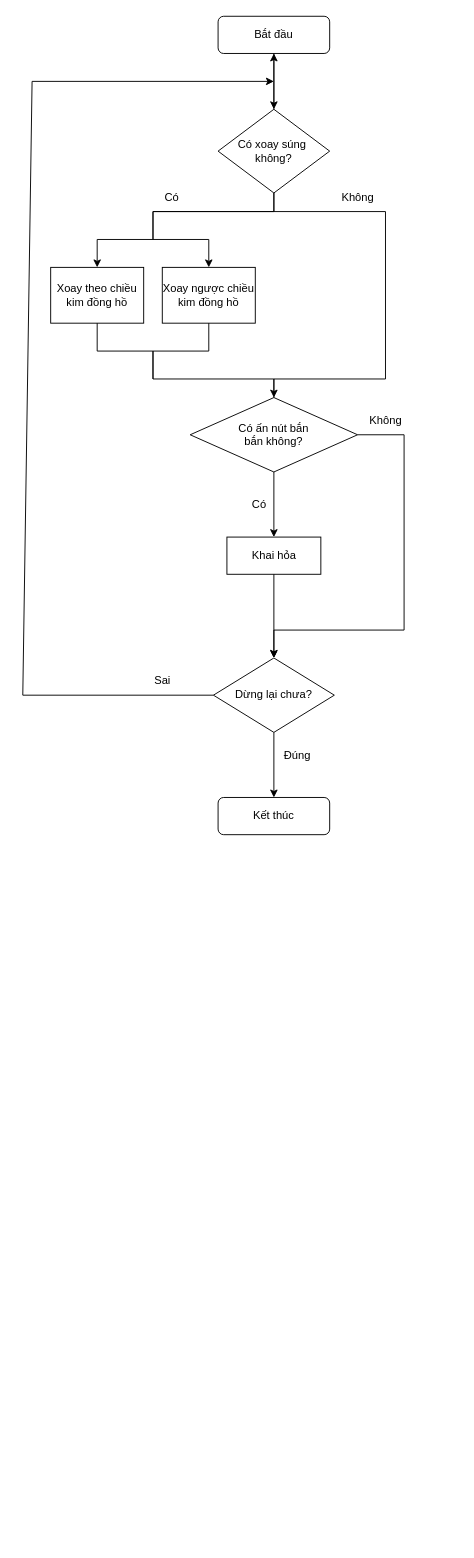
This is Shooting.drawio from Binhbong3/TREK, a draw.io file, before an edit. Source tidied: cells renumbered, new cells numbered last; positions are measured from the earlier drawing's top-left corner, leaving out a move shared by most shapes. Both pictures are drawn from the tidied source at 93%, with x=0, y=0 at pixel (22, 16).
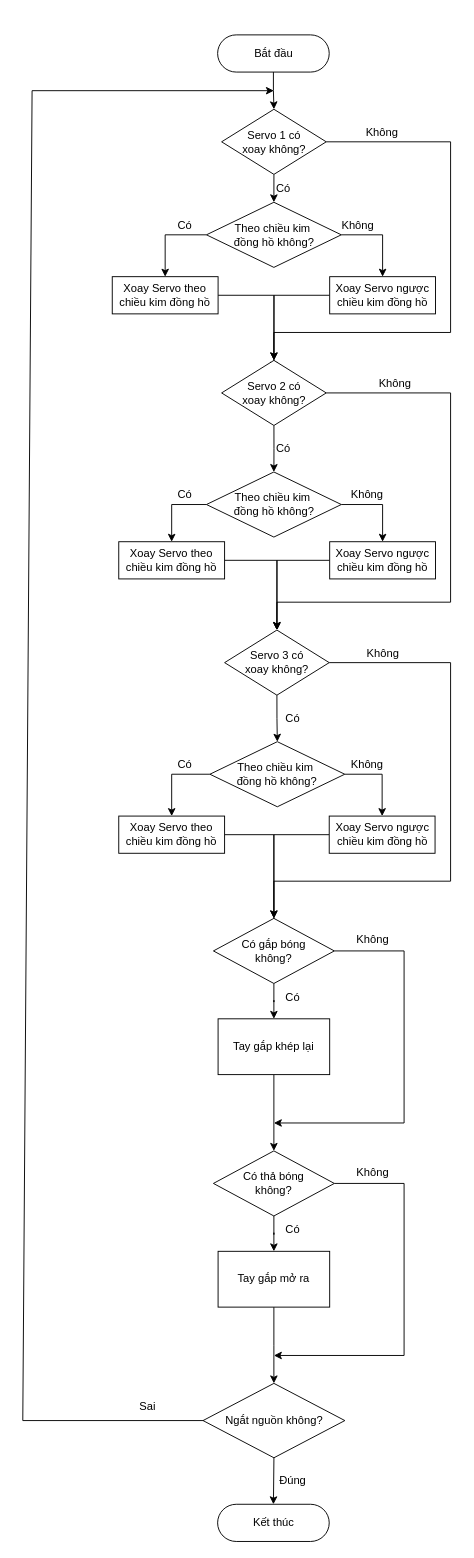
Above is the later version.

What changed in the source:
```diff
@@
+    <mxCell id="28" style="edgeStyle=orthogonalEdgeStyle;rounded=0;jettySize=auto;html=1;entryX=0.5;entryY=0;entryDx=0;entryDy=0;" parent="1" edge="1" source="2" target="31">
+      <mxGeometry relative="1" as="geometry" />
+    </mxCell>
-    <mxCell id="2" value="Bắt đầu" style="rounded=1;whiteSpace=wrap;html=1;fontSize=12;glass=0;strokeWidth=1;shadow=0;" parent="1" vertex="1">
-      <mxGeometry x="210" width="120" height="40" as="geometry" />
+    <mxCell id="2" value="Bắt đầu" style="rounded=1;whiteSpace=wrap;html=1;fontSize=12;glass=0;strokeWidth=1;shadow=0;arcSize=50;" parent="1" vertex="1">
+      <mxGeometry x="209.5" y="20" width="120" height="40" as="geometry" />
     </mxCell>
-    <mxCell id="3" value="Kết thúc" style="rounded=1;whiteSpace=wrap;html=1;fontSize=12;glass=0;strokeWidth=1;shadow=0;" parent="1" vertex="1">
-      <mxGeometry x="210" y="840" width="120" height="40" as="geometry" />
+    <mxCell id="3" value="Kết thúc" style="rounded=1;whiteSpace=wrap;html=1;fontSize=12;glass=0;strokeWidth=1;shadow=0;arcSize=50;" parent="1" vertex="1">
+      <mxGeometry x="209.5" y="1600" width="120" height="40" as="geometry" />
     </mxCell>
-    <mxCell id="4" style="edgeStyle=orthogonalEdgeStyle;rounded=0;jettySize=auto;html=1;" parent="1" edge="1" source="5" target="2">
-      <mxGeometry relative="1" as="geometry" />
-    </mxCell>
-    <mxCell id="5" value="Có xoay súng&amp;nbsp;&lt;div&gt;không?&lt;/div&gt;" style="rhombus;whiteSpace=wrap;html=1;verticalAlign=middle;" parent="1" vertex="1">
-      <mxGeometry x="210" y="100" width="120" height="90" as="geometry" />
-    </mxCell>
-    <mxCell id="6" style="endArrow=classic;html=1;rounded=0;exitX=0.5;exitY=1;exitDx=0;exitDy=0;entryX=0.5;entryY=0;entryDx=0;entryDy=0;" parent="1" edge="1" source="2" target="5">
-      <mxGeometry relative="1" as="geometry" />
-    </mxCell>
-    <mxCell id="7" style="endArrow=classic;html=1;rounded=0;exitX=0.5;exitY=1;exitDx=0;exitDy=0;entryX=0.5;entryY=0;entryDx=0;entryDy=0;" parent="1" edge="1" source="23" target="26">
-      <mxGeometry relative="1" as="geometry" />
-    </mxCell>
-    <mxCell id="8" style="endArrow=classic;html=1;rounded=0;exitX=1;exitY=0.5;exitDx=0;exitDy=0;entryX=0.5;entryY=0;entryDx=0;entryDy=0;" parent="1" edge="1" source="23" target="9">
-      <mxGeometry relative="1" as="geometry">
-        <Array as="points">
-          <mxPoint x="410" y="450" />
-          <mxPoint x="410" y="660" />
-          <mxPoint x="270" y="660" />
-        </Array>
-      </mxGeometry>
-    </mxCell>
-    <mxCell id="9" value="Dừng lại chưa?" style="rhombus;whiteSpace=wrap;html=1;" parent="1" vertex="1">
-      <mxGeometry x="205" y="690" width="130" height="80" as="geometry" />
+    <mxCell id="9" value="Ngắt nguồn không?" style="rhombus;whiteSpace=wrap;html=1;" parent="1" vertex="1">
+      <mxGeometry x="193.8" y="1470" width="152.5" height="80" as="geometry" />
     </mxCell>
@@
     <mxCell id="11" value="Đúng" style="text;html=1;align=center;verticalAlign=middle;strokeColor=none;fillColor=none;" parent="1" vertex="1">
-      <mxGeometry x="270" y="780" width="50" height="30" as="geometry" />
+      <mxGeometry x="265" y="1560" width="50" height="30" as="geometry" />
     </mxCell>
     <mxCell id="12" style="endArrow=classic;html=1;rounded=0;exitX=0;exitY=0.5;exitDx=0;exitDy=0;" parent="1" edge="1" source="9">
       <mxGeometry relative="1" as="geometry">
-        <mxPoint x="270" y="70" as="targetPoint" />
+        <mxPoint x="270" y="80" as="targetPoint" />
         <Array as="points">
-          <mxPoint y="730" />
-          <mxPoint x="10" y="70" />
+          <mxPoint y="1510" />
+          <mxPoint x="10" y="80" />
         </Array>
       </mxGeometry>
     </mxCell>
     <mxCell id="13" value="Sai" style="text;html=1;align=center;verticalAlign=middle;strokeColor=none;fillColor=none;" parent="1" vertex="1">
-      <mxGeometry x="130" y="700" width="40" height="30" as="geometry" />
+      <mxGeometry x="113.8" y="1480" width="40" height="30" as="geometry" />
     </mxCell>
-    <mxCell id="14" style="endArrow=classic;html=1;rounded=0;exitX=0.5;exitY=1;exitDx=0;exitDy=0;" parent="1" edge="1" source="5">
-      <mxGeometry relative="1" as="geometry">
-        <mxPoint x="80" y="270" as="targetPoint" />
-        <Array as="points">
-          <mxPoint x="270" y="210" />
-          <mxPoint x="140" y="210" />
-          <mxPoint x="140" y="240" />
-          <mxPoint x="80" y="240" />
-        </Array>
-      </mxGeometry>
-    </mxCell>
-    <mxCell id="15" style="endArrow=classic;html=1;rounded=0;exitX=0.5;exitY=1;exitDx=0;exitDy=0;entryX=0.5;entryY=0;entryDx=0;entryDy=0;" parent="1" edge="1" source="5" target="23">
-      <mxGeometry relative="1" as="geometry">
-        <Array as="points">
-          <mxPoint x="270" y="210" />
-          <mxPoint x="390" y="210" />
-          <mxPoint x="390" y="390" />
-          <mxPoint x="270" y="390" />
-        </Array>
-      </mxGeometry>
-    </mxCell>
-    <mxCell id="16" value="Xoay theo chiều kim đồng hồ" style="rounded=0;whiteSpace=wrap;html=1;" parent="1" vertex="1">
-      <mxGeometry x="30" y="270" width="100" height="60" as="geometry" />
-    </mxCell>
-    <mxCell id="17" value="Có" style="text;html=1;align=center;verticalAlign=middle;strokeColor=none;fillColor=none;" parent="1" vertex="1">
-      <mxGeometry x="140" y="180" width="40" height="30" as="geometry" />
-    </mxCell>
-    <mxCell id="18" value="Không" style="text;html=1;align=center;verticalAlign=middle;strokeColor=none;fillColor=none;" parent="1" vertex="1">
-      <mxGeometry x="330" y="180" width="60" height="30" as="geometry" />
-    </mxCell>
-    <mxCell id="19" style="endArrow=classic;html=1;rounded=0;exitX=0.5;exitY=1;exitDx=0;exitDy=0;" parent="1" edge="1">
-      <mxGeometry relative="1" as="geometry">
-        <mxPoint x="270" y="210" as="sourcePoint" />
-        <mxPoint x="200" y="270" as="targetPoint" />
-        <Array as="points">
-          <mxPoint x="140" y="210" />
-          <mxPoint x="140" y="240" />
-          <mxPoint x="200" y="240" />
-        </Array>
-      </mxGeometry>
-    </mxCell>
-    <mxCell id="20" value="Xoay ngược chiều kim đồng hồ" style="rounded=0;whiteSpace=wrap;html=1;" parent="1" vertex="1">
-      <mxGeometry x="150" y="270" width="100" height="60" as="geometry" />
-    </mxCell>
-    <mxCell id="21" style="endArrow=none;html=1;rounded=0;entryX=0.5;entryY=1;entryDx=0;entryDy=0;" parent="1" edge="1" target="16">
-      <mxGeometry relative="1" as="geometry">
-        <mxPoint x="270" y="460" as="sourcePoint" />
-        <Array as="points">
-          <mxPoint x="270" y="390" />
-          <mxPoint x="140" y="390" />
-          <mxPoint x="140" y="360" />
-          <mxPoint x="80" y="360" />
-        </Array>
-      </mxGeometry>
-    </mxCell>
-    <mxCell id="22" style="endArrow=none;html=1;rounded=0;entryX=0.5;entryY=1;entryDx=0;entryDy=0;" parent="1" edge="1" target="20">
-      <mxGeometry relative="1" as="geometry">
-        <mxPoint x="140" y="390" as="sourcePoint" />
-        <Array as="points">
-          <mxPoint x="140" y="360" />
-          <mxPoint x="200" y="360" />
-        </Array>
-      </mxGeometry>
-    </mxCell>
-    <mxCell id="23" value="Có ấn nút bắn&lt;div&gt;bắn không?&lt;/div&gt;" style="rhombus;whiteSpace=wrap;html=1;" parent="1" vertex="1">
-      <mxGeometry x="180" y="410" width="180" height="80" as="geometry" />
-    </mxCell>
-    <mxCell id="24" value="Không" style="text;html=1;align=center;verticalAlign=middle;strokeColor=none;fillColor=none;" parent="1" vertex="1">
-      <mxGeometry x="360" y="420" width="60" height="30" as="geometry" />
-    </mxCell>
-    <mxCell id="25" value="Có" style="text;html=1;align=center;verticalAlign=middle;strokeColor=none;fillColor=none;" parent="1" vertex="1">
-      <mxGeometry x="234" y="510" width="40" height="30" as="geometry" />
-    </mxCell>
-    <mxCell id="26" value="Khai hỏa" style="rounded=0;whiteSpace=wrap;html=1;" parent="1" vertex="1">
-      <mxGeometry x="219.5" y="560" width="101" height="40" as="geometry" />
-    </mxCell>
-    <mxCell id="27" style="endArrow=classic;html=1;rounded=0;exitX=0.5;exitY=1;exitDx=0;exitDy=0;entryX=0.5;entryY=0;entryDx=0;entryDy=0;" parent="1" edge="1" source="26" target="9">
-      <mxGeometry relative="1" as="geometry" />
-    </mxCell>
+    <mxCell id="29" style="edgeStyle=orthogonalEdgeStyle;rounded=0;jettySize=auto;html=1;entryX=0.5;entryY=0;entryDx=0;entryDy=0;exitX=0.5;exitY=1;exitDx=0;exitDy=0;" parent="1" edge="1" source="31" target="34">
+      <mxGeometry relative="1" as="geometry" />
+    </mxCell>
+    <mxCell id="30" style="edgeStyle=orthogonalEdgeStyle;rounded=0;jettySize=auto;html=1;exitX=1;exitY=0.5;exitDx=0;exitDy=0;" parent="1" edge="1" source="31">
+      <mxGeometry relative="1" as="geometry">
+        <mxPoint x="270" y="380" as="targetPoint" />
+        <Array as="points">
+          <mxPoint x="460" y="135" />
+          <mxPoint x="460" y="340" />
+          <mxPoint x="270" y="340" />
+        </Array>
+      </mxGeometry>
+    </mxCell>
+    <mxCell id="31" value="&lt;div&gt;&lt;span style=&quot;background-color: initial;&quot;&gt;Servo 1 có&lt;/span&gt;&lt;/div&gt;&lt;div&gt;&lt;span style=&quot;background-color: initial;&quot;&gt;xoay không?&lt;/span&gt;&lt;br&gt;&lt;/div&gt;" style="rhombus;whiteSpace=wrap;html=1;" parent="1" vertex="1">
+      <mxGeometry x="213.8" y="100" width="112.5" height="70" as="geometry" />
+    </mxCell>
+    <mxCell id="32" style="edgeStyle=orthogonalEdgeStyle;rounded=0;jettySize=auto;html=1;entryX=0.5;entryY=0;entryDx=0;entryDy=0;exitX=0;exitY=0.5;exitDx=0;exitDy=0;" parent="1" edge="1" source="34" target="38">
+      <mxGeometry relative="1" as="geometry" />
+    </mxCell>
+    <mxCell id="33" style="edgeStyle=orthogonalEdgeStyle;rounded=0;jettySize=auto;html=1;entryX=0.5;entryY=0;entryDx=0;entryDy=0;exitX=1;exitY=0.5;exitDx=0;exitDy=0;" parent="1" edge="1" source="34" target="42">
+      <mxGeometry relative="1" as="geometry">
+        <Array as="points">
+          <mxPoint x="387" y="235" />
+          <mxPoint x="387" y="280" />
+        </Array>
+      </mxGeometry>
+    </mxCell>
+    <mxCell id="34" value="&lt;div&gt;&lt;span style=&quot;background-color: initial;&quot;&gt;Theo chiều kim&amp;nbsp;&lt;/span&gt;&lt;br&gt;&lt;/div&gt;&lt;div&gt;đồng hồ không?&lt;/div&gt;" style="rhombus;whiteSpace=wrap;html=1;align=center;" parent="1" vertex="1">
+      <mxGeometry x="197.5" y="200" width="145" height="70" as="geometry" />
+    </mxCell>
+    <mxCell id="35" value="Có" style="text;html=1;align=center;verticalAlign=middle;strokeColor=none;fillColor=none;" parent="1" vertex="1">
+      <mxGeometry x="260" y="170" width="40" height="30" as="geometry" />
+    </mxCell>
+    <mxCell id="36" value="Có" style="text;html=1;align=center;verticalAlign=middle;strokeColor=none;fillColor=none;" parent="1" vertex="1">
+      <mxGeometry x="153.8" y="210" width="40" height="30" as="geometry" />
+    </mxCell>
+    <mxCell id="37" style="edgeStyle=orthogonalEdgeStyle;rounded=0;jettySize=auto;html=1;entryX=0.5;entryY=0;entryDx=0;entryDy=0;" parent="1" edge="1" source="38" target="45">
+      <mxGeometry relative="1" as="geometry">
+        <Array as="points">
+          <mxPoint x="270" y="300" />
+        </Array>
+      </mxGeometry>
+    </mxCell>
+    <mxCell id="38" value="Xoay Servo theo chiều kim đồng hồ" style="whiteSpace=wrap;html=1;" parent="1" vertex="1">
+      <mxGeometry x="96.2" y="280" width="113.8" height="40" as="geometry" />
+    </mxCell>
+    <mxCell id="39" value="Không" style="text;html=1;align=center;verticalAlign=middle;strokeColor=none;fillColor=none;" parent="1" vertex="1">
+      <mxGeometry x="330" y="210" width="60" height="30" as="geometry" />
+    </mxCell>
+    <mxCell id="40" value="Không" style="text;html=1;align=center;verticalAlign=middle;strokeColor=none;fillColor=none;" parent="1" vertex="1">
+      <mxGeometry x="356.4" y="110" width="60" height="30" as="geometry" />
+    </mxCell>
+    <mxCell id="41" style="edgeStyle=orthogonalEdgeStyle;rounded=0;jettySize=auto;html=1;entryX=0.5;entryY=0;entryDx=0;entryDy=0;" parent="1" edge="1" source="42" target="45">
+      <mxGeometry relative="1" as="geometry" />
+    </mxCell>
+    <mxCell id="42" value="Xoay Servo ngược chiều kim đồng hồ" style="whiteSpace=wrap;html=1;" parent="1" vertex="1">
+      <mxGeometry x="330" y="280" width="113.8" height="40" as="geometry" />
+    </mxCell>
+    <mxCell id="43" style="edgeStyle=orthogonalEdgeStyle;rounded=0;jettySize=auto;html=1;entryX=0.5;entryY=0;entryDx=0;entryDy=0;exitX=0.5;exitY=1;exitDx=0;exitDy=0;" parent="1" edge="1" source="45" target="48">
+      <mxGeometry relative="1" as="geometry" />
+    </mxCell>
+    <mxCell id="44" style="edgeStyle=orthogonalEdgeStyle;rounded=0;jettySize=auto;html=1;exitX=1;exitY=0.5;exitDx=0;exitDy=0;entryX=0.5;entryY=0;entryDx=0;entryDy=0;" parent="1" edge="1" source="45" target="59">
+      <mxGeometry relative="1" as="geometry">
+        <Array as="points">
+          <mxPoint x="460" y="405" />
+          <mxPoint x="460" y="630" />
+          <mxPoint x="273" y="630" />
+        </Array>
+      </mxGeometry>
+    </mxCell>
+    <mxCell id="45" value="&lt;div&gt;&lt;span style=&quot;background-color: initial;&quot;&gt;Servo 2 có&lt;/span&gt;&lt;/div&gt;&lt;div&gt;&lt;span style=&quot;background-color: initial;&quot;&gt;xoay không?&lt;/span&gt;&lt;br&gt;&lt;/div&gt;" style="rhombus;whiteSpace=wrap;html=1;" parent="1" vertex="1">
+      <mxGeometry x="213.8" y="370" width="112.5" height="70" as="geometry" />
+    </mxCell>
+    <mxCell id="46" style="edgeStyle=orthogonalEdgeStyle;rounded=0;jettySize=auto;html=1;entryX=0.5;entryY=0;entryDx=0;entryDy=0;exitX=0;exitY=0.5;exitDx=0;exitDy=0;" parent="1" edge="1" source="48" target="52">
+      <mxGeometry relative="1" as="geometry" />
+    </mxCell>
+    <mxCell id="47" style="edgeStyle=orthogonalEdgeStyle;rounded=0;jettySize=auto;html=1;entryX=0.5;entryY=0;entryDx=0;entryDy=0;exitX=1;exitY=0.5;exitDx=0;exitDy=0;" parent="1" edge="1" source="48" target="56">
+      <mxGeometry relative="1" as="geometry">
+        <Array as="points">
+          <mxPoint x="387" y="525" />
+        </Array>
+      </mxGeometry>
+    </mxCell>
+    <mxCell id="48" value="&lt;div&gt;&lt;span style=&quot;background-color: initial;&quot;&gt;Theo chiều kim&amp;nbsp;&lt;/span&gt;&lt;br&gt;&lt;/div&gt;&lt;div&gt;đồng hồ không?&lt;/div&gt;" style="rhombus;whiteSpace=wrap;html=1;align=center;" parent="1" vertex="1">
+      <mxGeometry x="197.5" y="490" width="145" height="70" as="geometry" />
+    </mxCell>
+    <mxCell id="49" value="Có" style="text;html=1;align=center;verticalAlign=middle;strokeColor=none;fillColor=none;" parent="1" vertex="1">
+      <mxGeometry x="260" y="450" width="40" height="30" as="geometry" />
+    </mxCell>
+    <mxCell id="50" value="Có" style="text;html=1;align=center;verticalAlign=middle;strokeColor=none;fillColor=none;" parent="1" vertex="1">
+      <mxGeometry x="153.8" y="500" width="40" height="30" as="geometry" />
+    </mxCell>
+    <mxCell id="51" style="edgeStyle=orthogonalEdgeStyle;rounded=0;jettySize=auto;html=1;entryX=0.5;entryY=0;entryDx=0;entryDy=0;" parent="1" edge="1" source="52" target="59">
+      <mxGeometry relative="1" as="geometry">
+        <Array as="points">
+          <mxPoint x="273" y="585" />
+        </Array>
+      </mxGeometry>
+    </mxCell>
+    <mxCell id="52" value="Xoay Servo theo chiều kim đồng hồ" style="whiteSpace=wrap;html=1;" parent="1" vertex="1">
+      <mxGeometry x="103.2" y="565" width="113.8" height="40" as="geometry" />
+    </mxCell>
+    <mxCell id="53" value="Không" style="text;html=1;align=center;verticalAlign=middle;strokeColor=none;fillColor=none;" parent="1" vertex="1">
+      <mxGeometry x="340" y="500" width="60" height="30" as="geometry" />
+    </mxCell>
+    <mxCell id="54" value="Không" style="text;html=1;align=center;verticalAlign=middle;strokeColor=none;fillColor=none;" parent="1" vertex="1">
+      <mxGeometry x="370" y="380" width="60" height="30" as="geometry" />
+    </mxCell>
+    <mxCell id="55" style="edgeStyle=orthogonalEdgeStyle;rounded=0;jettySize=auto;html=1;entryX=0.5;entryY=0;entryDx=0;entryDy=0;" parent="1" edge="1" source="56" target="59">
+      <mxGeometry relative="1" as="geometry" />
+    </mxCell>
+    <mxCell id="56" value="Xoay Servo ngược chiều kim đồng hồ" style="whiteSpace=wrap;html=1;" parent="1" vertex="1">
+      <mxGeometry x="330" y="565" width="113.8" height="40" as="geometry" />
+    </mxCell>
+    <mxCell id="57" style="edgeStyle=orthogonalEdgeStyle;rounded=0;jettySize=auto;html=1;entryX=0.5;entryY=0;entryDx=0;entryDy=0;exitX=0.5;exitY=1;exitDx=0;exitDy=0;" parent="1" edge="1" source="59" target="62">
+      <mxGeometry relative="1" as="geometry" />
+    </mxCell>
+    <mxCell id="58" style="edgeStyle=orthogonalEdgeStyle;rounded=0;jettySize=auto;html=1;exitX=1;exitY=0.5;exitDx=0;exitDy=0;entryX=0.5;entryY=0;entryDx=0;entryDy=0;" parent="1" edge="1" source="59" target="73">
+      <mxGeometry relative="1" as="geometry">
+        <Array as="points">
+          <mxPoint x="460" y="695" />
+          <mxPoint x="460" y="930" />
+          <mxPoint x="270" y="930" />
+          <mxPoint x="270" y="980" />
+        </Array>
+      </mxGeometry>
+    </mxCell>
+    <mxCell id="59" value="&lt;div&gt;&lt;span style=&quot;background-color: initial;&quot;&gt;Servo 3 có&lt;/span&gt;&lt;/div&gt;&lt;div&gt;&lt;span style=&quot;background-color: initial;&quot;&gt;xoay không?&lt;/span&gt;&lt;br&gt;&lt;/div&gt;" style="rhombus;whiteSpace=wrap;html=1;" parent="1" vertex="1">
+      <mxGeometry x="217" y="660" width="112.5" height="70" as="geometry" />
+    </mxCell>
+    <mxCell id="60" style="edgeStyle=orthogonalEdgeStyle;rounded=0;jettySize=auto;html=1;entryX=0.5;entryY=0;entryDx=0;entryDy=0;exitX=0;exitY=0.5;exitDx=0;exitDy=0;" parent="1" edge="1" source="62" target="66">
+      <mxGeometry relative="1" as="geometry" />
+    </mxCell>
+    <mxCell id="61" style="edgeStyle=orthogonalEdgeStyle;rounded=0;jettySize=auto;html=1;entryX=0.5;entryY=0;entryDx=0;entryDy=0;exitX=1;exitY=0.5;exitDx=0;exitDy=0;" parent="1" edge="1" source="62" target="70">
+      <mxGeometry relative="1" as="geometry">
+        <Array as="points">
+          <mxPoint x="387" y="815" />
+        </Array>
+      </mxGeometry>
+    </mxCell>
+    <mxCell id="62" value="&lt;div&gt;&lt;span style=&quot;background-color: initial;&quot;&gt;Theo chiều kim&amp;nbsp;&lt;/span&gt;&lt;br&gt;&lt;/div&gt;&lt;div&gt;đồng hồ không?&lt;/div&gt;" style="rhombus;whiteSpace=wrap;html=1;align=center;" parent="1" vertex="1">
+      <mxGeometry x="201.2" y="780" width="145" height="70" as="geometry" />
+    </mxCell>
+    <mxCell id="63" value="Có" style="text;html=1;align=center;verticalAlign=middle;strokeColor=none;fillColor=none;" parent="1" vertex="1">
+      <mxGeometry x="270" y="740" width="40" height="30" as="geometry" />
+    </mxCell>
+    <mxCell id="64" value="Có" style="text;html=1;align=center;verticalAlign=middle;strokeColor=none;fillColor=none;" parent="1" vertex="1">
+      <mxGeometry x="153.8" y="790" width="40" height="30" as="geometry" />
+    </mxCell>
+    <mxCell id="65" style="edgeStyle=orthogonalEdgeStyle;rounded=0;jettySize=auto;html=1;entryX=0.5;entryY=0;entryDx=0;entryDy=0;" parent="1" edge="1" source="66" target="73">
+      <mxGeometry relative="1" as="geometry">
+        <Array as="points">
+          <mxPoint x="270" y="880" />
+        </Array>
+      </mxGeometry>
+    </mxCell>
+    <mxCell id="66" value="Xoay Servo theo chiều kim đồng hồ" style="whiteSpace=wrap;html=1;" parent="1" vertex="1">
+      <mxGeometry x="103.2" y="860" width="113.8" height="40" as="geometry" />
+    </mxCell>
+    <mxCell id="67" value="Không" style="text;html=1;align=center;verticalAlign=middle;strokeColor=none;fillColor=none;" parent="1" vertex="1">
+      <mxGeometry x="340" y="790" width="60" height="30" as="geometry" />
+    </mxCell>
+    <mxCell id="68" value="Không" style="text;html=1;align=center;verticalAlign=middle;strokeColor=none;fillColor=none;" parent="1" vertex="1">
+      <mxGeometry x="356.9" y="670" width="60" height="30" as="geometry" />
+    </mxCell>
+    <mxCell id="69" style="edgeStyle=orthogonalEdgeStyle;rounded=0;jettySize=auto;html=1;entryX=0.5;entryY=0;entryDx=0;entryDy=0;" parent="1" edge="1" source="70" target="73">
+      <mxGeometry relative="1" as="geometry">
+        <Array as="points">
+          <mxPoint x="270" y="880" />
+        </Array>
+      </mxGeometry>
+    </mxCell>
+    <mxCell id="70" value="Xoay Servo ngược chiều kim đồng hồ" style="whiteSpace=wrap;html=1;" parent="1" vertex="1">
+      <mxGeometry x="329.5" y="860" width="113.8" height="40" as="geometry" />
+    </mxCell>
+    <mxCell id="71" style="edgeStyle=orthogonalEdgeStyle;rounded=0;jettySize=auto;html=1;entryX=0.5;entryY=0;entryDx=0;entryDy=0;" parent="1" edge="1" source="73" target="76">
+      <mxGeometry relative="1" as="geometry" />
+    </mxCell>
+    <mxCell id="72" style="edgeStyle=orthogonalEdgeStyle;rounded=0;jettySize=auto;html=1;" parent="1" edge="1" source="73">
+      <mxGeometry relative="1" as="geometry">
+        <mxPoint x="270" y="1190" as="targetPoint" />
+        <Array as="points">
+          <mxPoint x="410" y="1005" />
+        </Array>
+      </mxGeometry>
+    </mxCell>
+    <mxCell id="73" value="Có gắp bóng&lt;div&gt;không?&lt;/div&gt;" style="rhombus;whiteSpace=wrap;html=1;" parent="1" vertex="1">
+      <mxGeometry x="205" y="970" width="130" height="70" as="geometry" />
+    </mxCell>
+    <mxCell id="74" value="Có" style="text;html=1;align=center;verticalAlign=middle;strokeColor=none;fillColor=none;" parent="1" vertex="1">
+      <mxGeometry x="270" y="1040" width="40" height="30" as="geometry" />
+    </mxCell>
+    <mxCell id="75" style="edgeStyle=orthogonalEdgeStyle;rounded=0;jettySize=auto;html=1;entryX=0.5;entryY=0;entryDx=0;entryDy=0;" parent="1" edge="1" source="76" target="80">
+      <mxGeometry relative="1" as="geometry" />
+    </mxCell>
+    <mxCell id="76" value="Tay gắp khép lại" style="whiteSpace=wrap;html=1;" parent="1" vertex="1">
+      <mxGeometry x="210" y="1078" width="120" height="60" as="geometry" />
+    </mxCell>
+    <mxCell id="77" value="Không" style="text;html=1;align=center;verticalAlign=middle;strokeColor=none;fillColor=none;" parent="1" vertex="1">
+      <mxGeometry x="346.2" y="978" width="60" height="30" as="geometry" />
+    </mxCell>
+    <mxCell id="78" style="edgeStyle=orthogonalEdgeStyle;rounded=0;jettySize=auto;html=1;entryX=0.5;entryY=0;entryDx=0;entryDy=0;" parent="1" edge="1" source="80" target="83">
+      <mxGeometry relative="1" as="geometry" />
+    </mxCell>
+    <mxCell id="79" style="edgeStyle=orthogonalEdgeStyle;rounded=0;jettySize=auto;html=1;" parent="1" edge="1" source="80">
+      <mxGeometry relative="1" as="geometry">
+        <mxPoint x="270" y="1440" as="targetPoint" />
+        <Array as="points">
+          <mxPoint x="410" y="1255" />
+        </Array>
+      </mxGeometry>
+    </mxCell>
+    <mxCell id="80" value="Có thả bóng&lt;div&gt;không?&lt;/div&gt;" style="rhombus;whiteSpace=wrap;html=1;" parent="1" vertex="1">
+      <mxGeometry x="205" y="1220" width="130" height="70" as="geometry" />
+    </mxCell>
+    <mxCell id="81" value="Có" style="text;html=1;align=center;verticalAlign=middle;strokeColor=none;fillColor=none;" parent="1" vertex="1">
+      <mxGeometry x="270" y="1290" width="40" height="30" as="geometry" />
+    </mxCell>
+    <mxCell id="82" style="edgeStyle=orthogonalEdgeStyle;rounded=0;jettySize=auto;html=1;" parent="1" edge="1" source="83">
+      <mxGeometry relative="1" as="geometry">
+        <mxPoint x="270" y="1470" as="targetPoint" />
+      </mxGeometry>
+    </mxCell>
+    <mxCell id="83" value="Tay gắp mở ra" style="whiteSpace=wrap;html=1;" parent="1" vertex="1">
+      <mxGeometry x="210" y="1328" width="120" height="60" as="geometry" />
+    </mxCell>
+    <mxCell id="84" value="Không" style="text;html=1;align=center;verticalAlign=middle;strokeColor=none;fillColor=none;" parent="1" vertex="1">
+      <mxGeometry x="346.2" y="1228" width="60" height="30" as="geometry" />
+    </mxCell>
```
